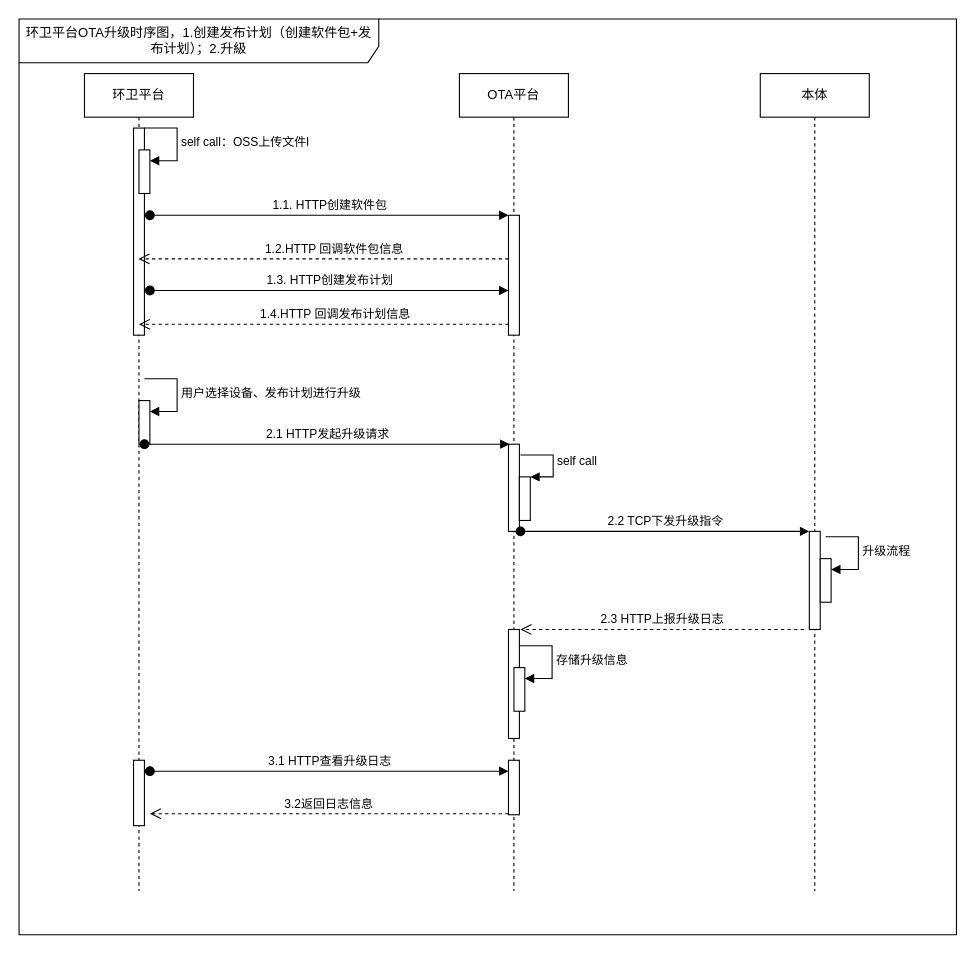
Before: cleaning_ota_upgrade.drawio in leegaox/draw, a draw.io diagram. Source tidied: cells renumbered, new cells numbered last; positions are measured from the earlier drawing's top-left corner, leaving out a move shared by most shapes. Both pictures are drawn from the tidied source at 109%, with x=0, y=0 at pixel (19, 19).
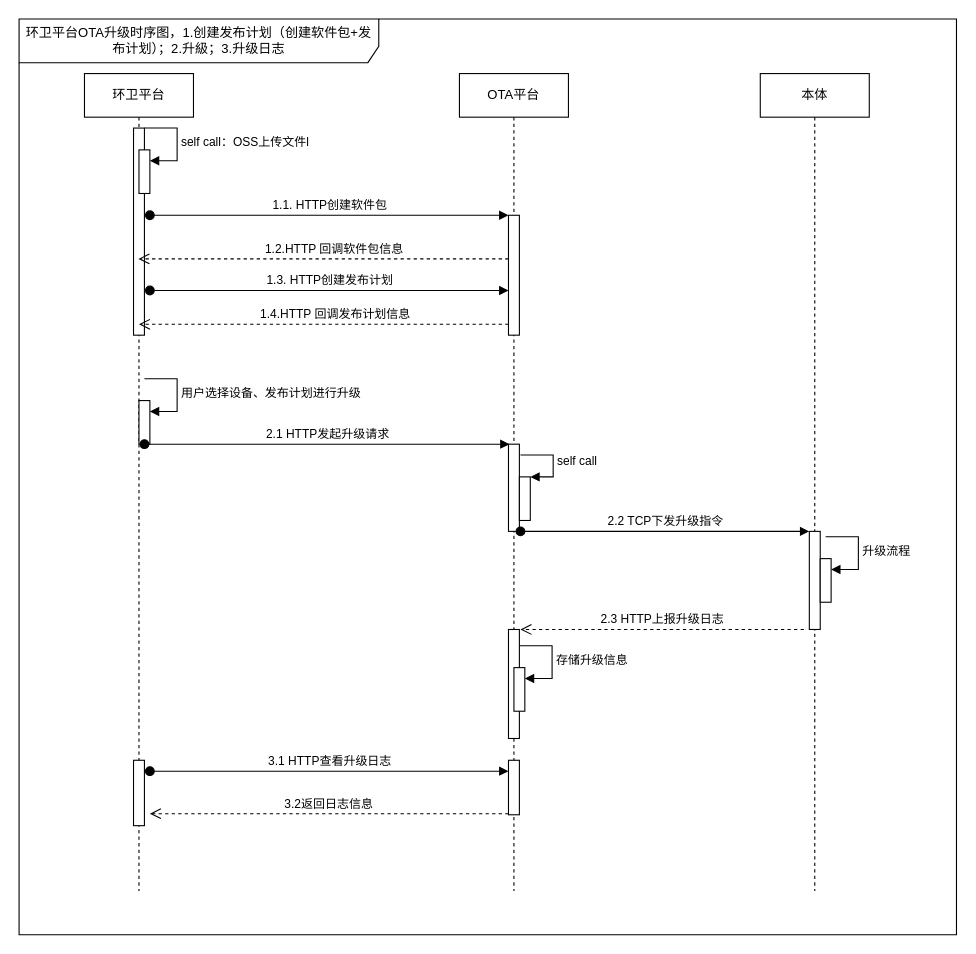
The same page after the edit.

Diff of the diagram source:
```diff
@@
-    <mxCell id="3" value="环卫平台OTA升级时序图，1.创建发布计划（创建软件包+发布计划）；2.升級" style="shape=umlFrame;whiteSpace=wrap;html=1;width=330;height=40;" parent="1" vertex="1">
+    <mxCell id="3" value="环卫平台OTA升级时序图，1.创建发布计划（创建软件包+发布计划）；2.升級；3.升级日志" style="shape=umlFrame;whiteSpace=wrap;html=1;width=330;height=40;" parent="1" vertex="1">
       <mxGeometry width="860" height="840" as="geometry" />
     </mxCell>
```
